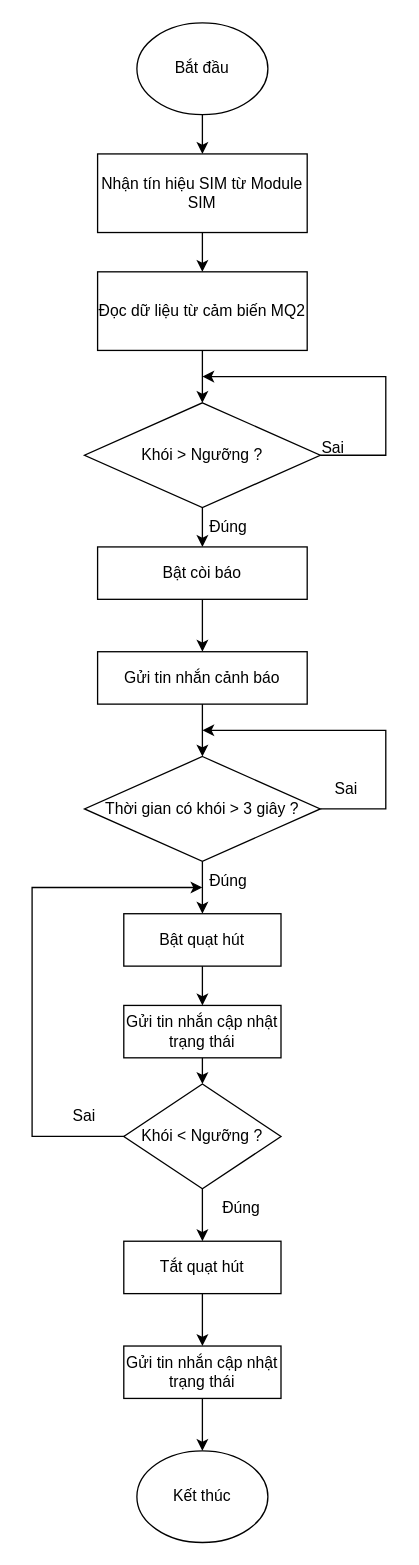
Before: block_diagram/flowchart_canhbaokhoi.drawio in imvietp/Final_Thesis, a draw.io diagram. Source tidied: cells renumbered, new cells numbered last; positions are measured from the earlier drawing's top-left corner, leaving out a move shared by most shapes. Both pictures are drawn from the tidied source at 131%, with x=0, y=0 at pixel (31, 22).
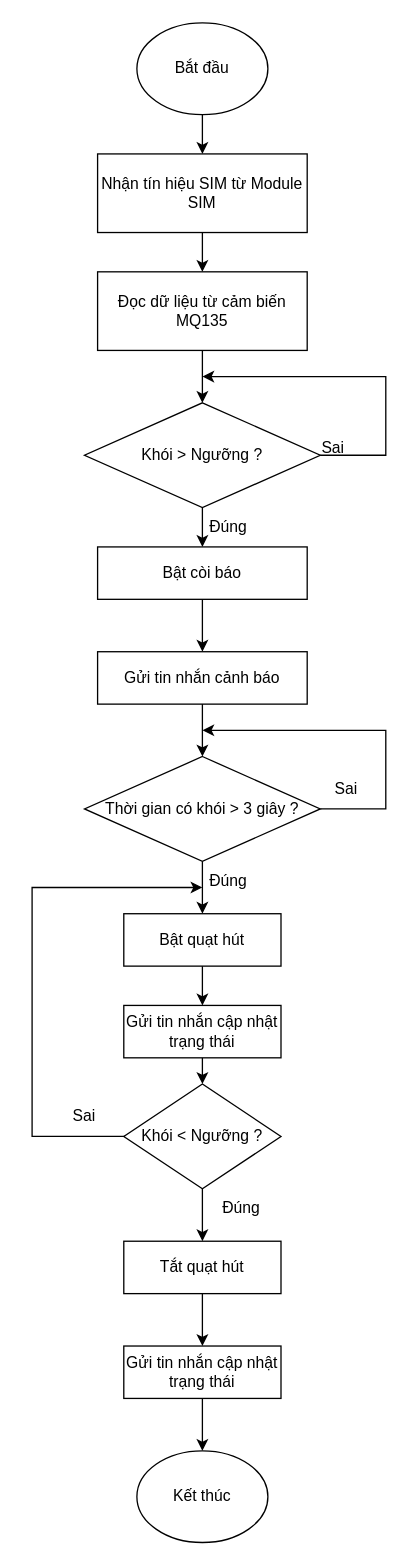
After the change.

The edit, as a diff of the source:
```diff
@@
-    <mxCell id="16" value="Đọc dữ liệu từ cảm biến MQ2" style="rounded=0;whiteSpace=wrap;html=1;" parent="1" vertex="1">
+    <mxCell id="16" value="Đọc dữ liệu từ cảm biến MQ135" style="rounded=0;whiteSpace=wrap;html=1;" parent="1" vertex="1">
       <mxGeometry x="50" y="190" width="160" height="60" as="geometry" />
     </mxCell>
```
